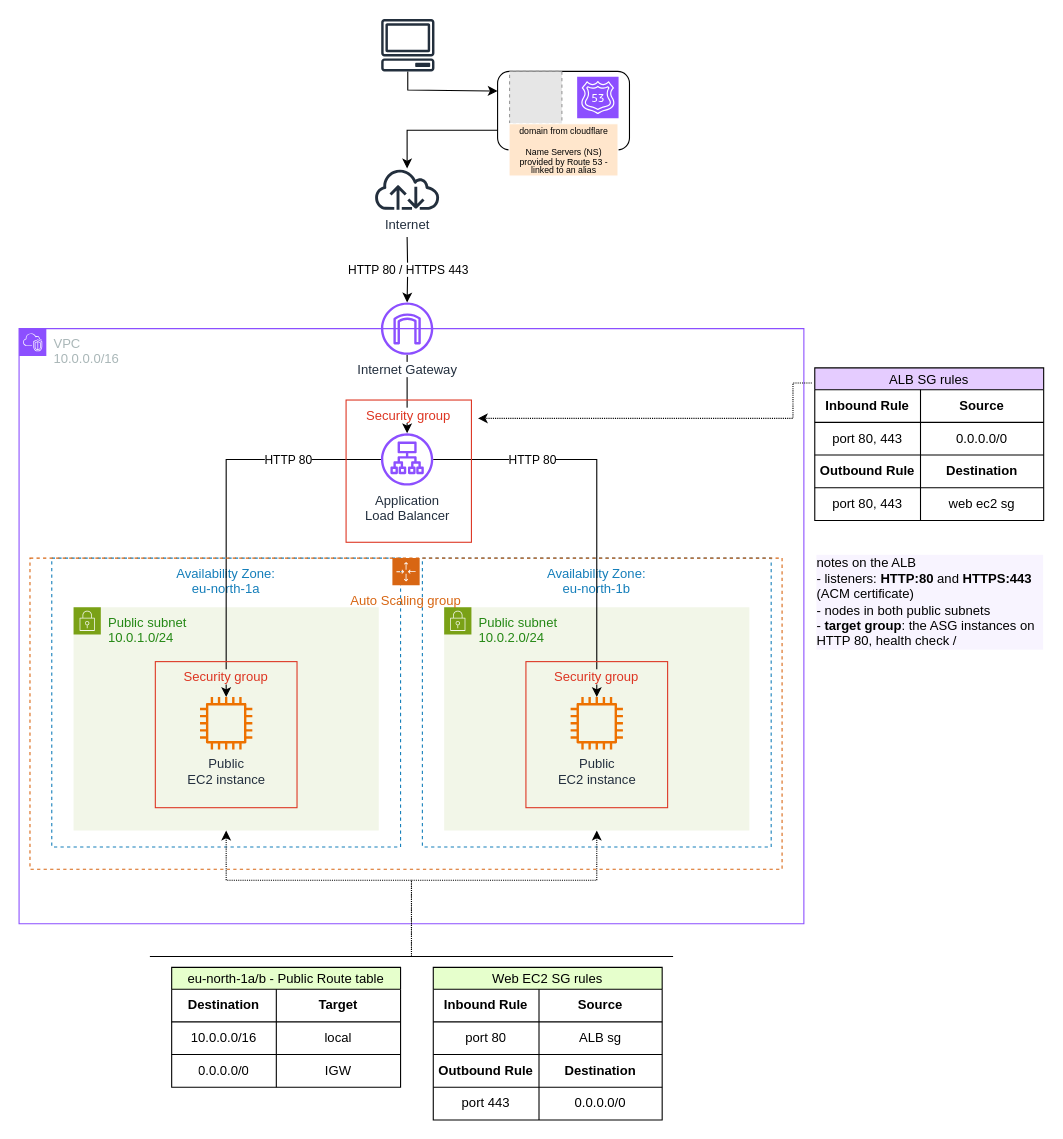
Earlier version of the draw.io diagram 6-AWS/Project2/AWS-Project2.drawio (Raiyan-R11/devops-learning). Source tidied: cells renumbered, new cells numbered last; positions are measured from the earlier drawing's top-left corner, leaving out a move shared by most shapes. Both pictures are drawn from the tidied source at 109%, with x=0, y=0 at pixel (19, 19). Pictures stored in the file or linked from it are replaced by grey dashed boxes.
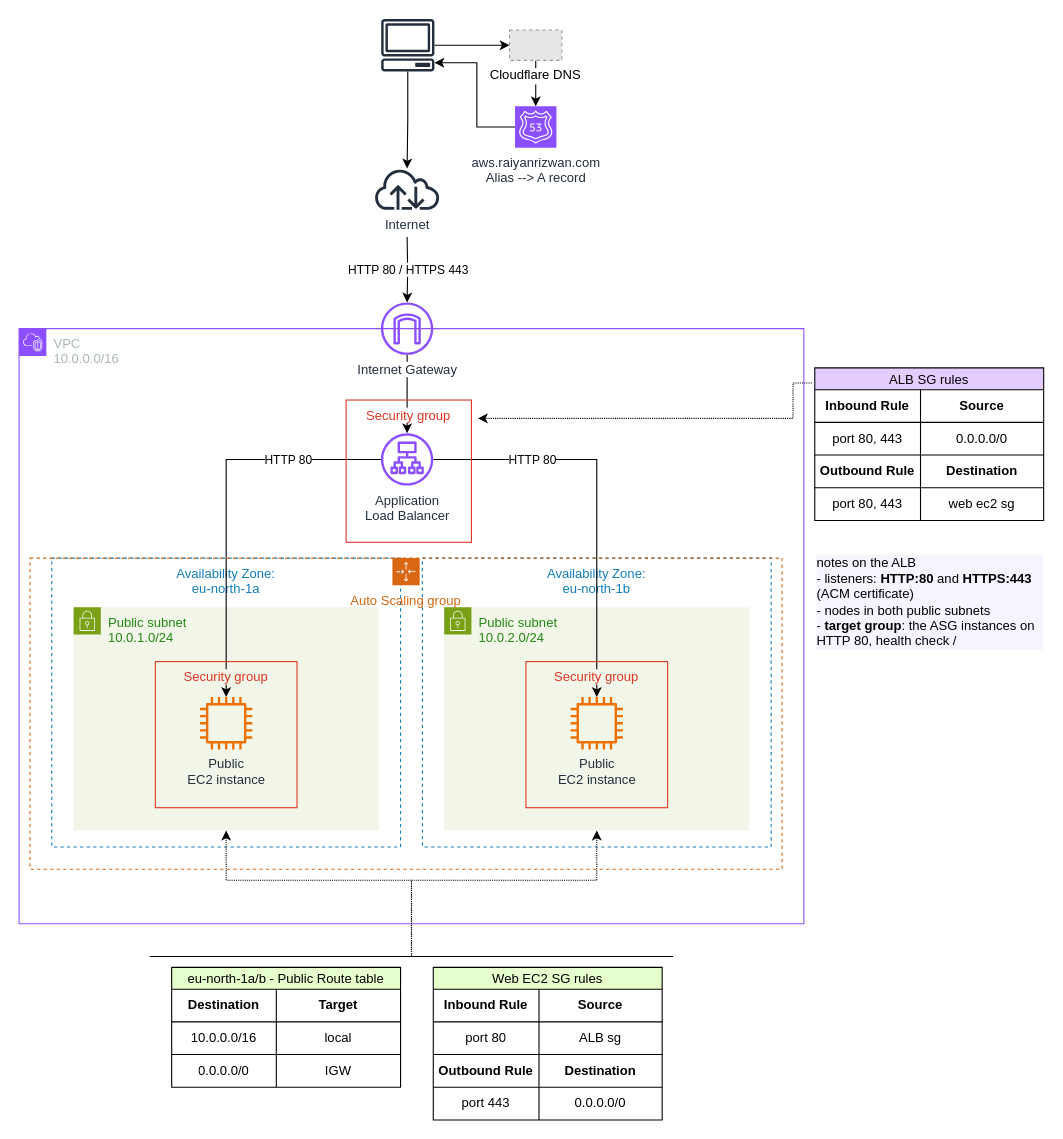
The same diagram, later.

Commit message (it also covers changes not shown here):
aws - project2 , updated architecture diagram

Unchanged cells that the change refers to:
```xml
<mxCell id="7" value="Internet" style="sketch=0;outlineConnect=0;fontColor=#232F3E;gradientColor=none;fillColor=#232F3D;strokeColor=none;dashed=0;verticalLabelPosition=bottom;verticalAlign=top;align=center;html=1;fontSize=12;fontStyle=0;shape=mxgraph.aws4.internet;" parent="1" vertex="1">
  <mxGeometry x="325.1" y="137" width="61.8" height="38" as="geometry" />
</mxCell>
```

What changed in the source:
```diff
@@
-    <mxCell id="2" style="rounded=1;whiteSpace=wrap;html=1;roundedPerimeter=1;" parent="1" vertex="1">
-      <mxGeometry x="439" y="48" width="121" height="72" as="geometry" />
-    </mxCell>
@@
-    <mxCell id="64" style="edgeStyle=orthogonalEdgeStyle;rounded=0;jettySize=auto;html=1;exitX=0;exitY=0.75;exitDx=0;exitDy=0;" parent="1" edge="1" source="2" target="7">
-      <mxGeometry relative="1" as="geometry" />
+    <mxCell id="64" style="edgeStyle=orthogonalEdgeStyle;rounded=0;jettySize=auto;html=1;exitX=0;exitY=0.5;exitDx=0;exitDy=0;exitPerimeter=0;" parent="1" edge="1" source="66" target="68">
+      <mxGeometry x="-0.08" relative="1" as="geometry">
+        <Array as="points">
+          <mxPoint x="420" y="99" />
+          <mxPoint x="420" y="40" />
+        </Array>
+      </mxGeometry>
     </mxCell>
+    <mxCell id="66" value="aws.raiyanrizwan.com&lt;br&gt;Alias --&amp;gt; A record" style="sketch=0;points=[[0,0,0],[0.25,0,0],[0.5,0,0],[0.75,0,0],[1,0,0],[0,1,0],[0.25,1,0],[0.5,1,0],[0.75,1,0],[1,1,0],[0,0.25,0],[0,0.5,0],[0,0.75,0],[1,0.25,0],[1,0.5,0],[1,0.75,0]];outlineConnect=0;fontColor=#232F3E;fillColor=#8C4FFF;strokeColor=#ffffff;dashed=0;verticalLabelPosition=bottom;verticalAlign=top;align=center;html=1;fontSize=12;fontStyle=0;shape=mxgraph.aws4.resourceIcon;resIcon=mxgraph.aws4.route_53;" parent="1" vertex="1">
+      <mxGeometry x="455" y="80" width="38" height="38" as="geometry" />
+    </mxCell>
+    <mxCell id="71" style="edgeStyle=orthogonalEdgeStyle;rounded=0;jettySize=auto;html=1;entryX=0;entryY=0.5;entryDx=0;entryDy=0;" parent="1" edge="1" source="68" target="65">
+      <mxGeometry relative="1" as="geometry" />
+    </mxCell>
+    <mxCell id="72" style="edgeStyle=orthogonalEdgeStyle;rounded=0;jettySize=auto;html=1;" parent="1" edge="1" source="68" target="7">
+      <mxGeometry relative="1" as="geometry" />
+    </mxCell>
+    <mxCell id="68" style="sketch=0;outlineConnect=0;fontColor=#232F3E;gradientColor=none;fillColor=#232F3D;strokeColor=none;dashed=0;verticalLabelPosition=bottom;verticalAlign=top;align=center;html=1;fontSize=12;fontStyle=0;shape=mxgraph.aws4.client;" parent="1" vertex="1">
+      <mxGeometry x="332" width="49.3" height="48" as="geometry" />
+    </mxCell>
+    <mxCell id="70" value="Auto Scaling group" style="gradientColor=none;html=1;whiteSpace=wrap;fontSize=12;fontStyle=0;shape=mxgraph.aws4.groupCenter;grIcon=mxgraph.aws4.group_auto_scaling_group;grStroke=1;strokeColor=#D86613;fillColor=none;verticalAlign=top;align=center;fontColor=#D86613;dashed=1;spacingTop=25;" parent="1" vertex="1">
+      <mxGeometry x="10" y="494.5" width="690" height="285.5" as="geometry" />
+    </mxCell>
+    <mxCell id="73" style="edgeStyle=orthogonalEdgeStyle;rounded=0;jettySize=auto;html=1;entryX=0.5;entryY=0;entryDx=0;entryDy=0;entryPerimeter=0;" parent="1" edge="1" source="65" target="66">
+      <mxGeometry relative="1" as="geometry" />
+    </mxCell>
-    <mxCell id="65" style="fillColor=#E6E6E6;strokeColor=#999999;dashed=1;verticalLabelPosition=bottom;labelBackgroundColor=default;verticalAlign=top;" parent="1" vertex="1">
-      <mxGeometry x="450" y="48" width="48" height="48" as="geometry" />
+    <mxCell id="65" value="Cloudflare DNS" style="fillColor=#E6E6E6;strokeColor=#999999;dashed=1;verticalLabelPosition=bottom;labelBackgroundColor=#FFFFFF;verticalAlign=top;" parent="1" vertex="1">
+      <mxGeometry x="450" y="10" width="48" height="27.9" as="geometry" />
     </mxCell>
-    <mxCell id="66" style="sketch=0;points=[[0,0,0],[0.25,0,0],[0.5,0,0],[0.75,0,0],[1,0,0],[0,1,0],[0.25,1,0],[0.5,1,0],[0.75,1,0],[1,1,0],[0,0.25,0],[0,0.5,0],[0,0.75,0],[1,0.25,0],[1,0.5,0],[1,0.75,0]];outlineConnect=0;fontColor=#232F3E;fillColor=#8C4FFF;strokeColor=#ffffff;dashed=0;verticalLabelPosition=bottom;verticalAlign=top;align=center;html=1;fontSize=12;fontStyle=0;shape=mxgraph.aws4.resourceIcon;resIcon=mxgraph.aws4.route_53;" parent="1" vertex="1">
-      <mxGeometry x="512" y="53" width="38" height="38" as="geometry" />
-    </mxCell>
-    <mxCell id="67" style="edgeStyle=orthogonalEdgeStyle;rounded=0;jettySize=auto;html=1;entryX=0;entryY=0.25;entryDx=0;entryDy=0;" parent="1" edge="1" source="68" target="2">
-      <mxGeometry relative="1" as="geometry">
-        <Array as="points">
-          <mxPoint x="356.6" y="65" />
-        </Array>
-      </mxGeometry>
-    </mxCell>
-    <mxCell id="68" style="sketch=0;outlineConnect=0;fontColor=#232F3E;gradientColor=none;fillColor=#232F3D;strokeColor=none;dashed=0;verticalLabelPosition=bottom;verticalAlign=top;align=center;html=1;fontSize=12;fontStyle=0;shape=mxgraph.aws4.client;" parent="1" vertex="1">
-      <mxGeometry x="332" width="49.3" height="48" as="geometry" />
-    </mxCell>
-    <mxCell id="69" value="&lt;div style=&quot;line-height: 70%;&quot;&gt;&lt;font style=&quot;font-size: 8px; line-height: 70%;&quot;&gt;domain from cloudflare&lt;/font&gt;&lt;div&gt;&lt;font style=&quot;font-size: 8px;&quot;&gt;&lt;br&gt;&lt;/font&gt;&lt;/div&gt;&lt;div&gt;&lt;font style=&quot;font-size: 8px; line-height: 70%;&quot;&gt;Name Servers (NS) provided by Route 53 - linked to an alias&lt;/font&gt;&lt;/div&gt;&lt;/div&gt;" style="text;html=1;whiteSpace=wrap;strokeColor=light-dark(#ffffff, #996500);fillColor=#ffe6cc;align=center;verticalAlign=middle;rounded=0;" parent="1" vertex="1">
-      <mxGeometry x="449.5" y="96" width="100" height="48" as="geometry" />
-    </mxCell>
-    <mxCell id="70" value="Auto Scaling group" style="gradientColor=none;html=1;whiteSpace=wrap;fontSize=12;fontStyle=0;shape=mxgraph.aws4.groupCenter;grIcon=mxgraph.aws4.group_auto_scaling_group;grStroke=1;strokeColor=#D86613;fillColor=none;verticalAlign=top;align=center;fontColor=#D86613;dashed=1;spacingTop=25;" parent="1" vertex="1">
-      <mxGeometry x="10" y="494.5" width="690" height="285.5" as="geometry" />
-    </mxCell>
```
